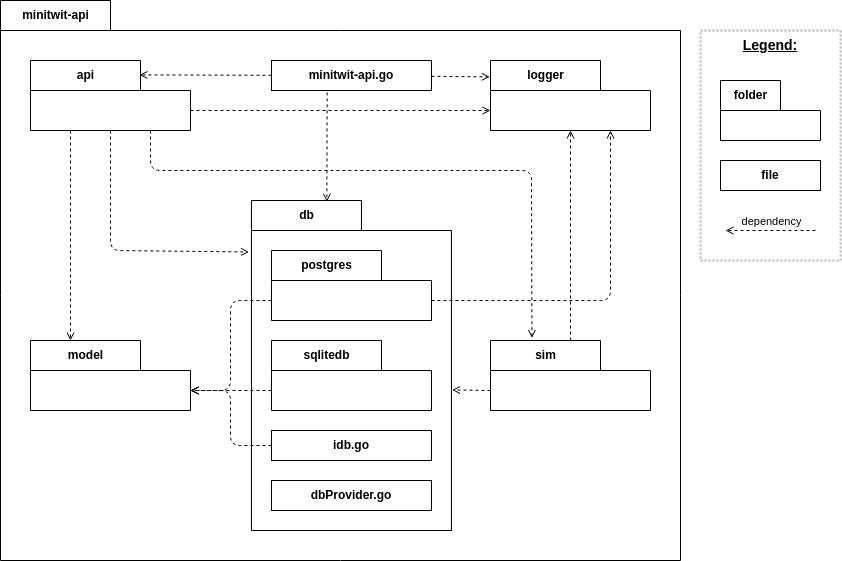
Earlier version of the draw.io export report/diagrams/module-view--minitwit-api.drawio.png (Eagles-DevOps/MiniTwit). Source tidied: cells renumbered, new cells last; positions are measured from the earlier drawing's top-left corner, leaving out a move shared by most shapes. Source of this version:
```xml
<mxGraphModel>
  <root>
    <mxCell id="0" />
    <mxCell id="1" parent="0" />
    <mxCell id="2" value="minitwit-api" style="shape=folder;fontStyle=1;tabWidth=110;tabHeight=30;tabPosition=left;html=1;boundedLbl=1;labelInHeader=1;" parent="1" vertex="1">
      <mxGeometry width="680" height="560" as="geometry" />
    </mxCell>
    <mxCell id="3" style="html=1;strokeColor=none;fillColor=none;" parent="2" vertex="1">
      <mxGeometry width="680" height="280" relative="1" as="geometry">
        <mxPoint y="30" as="offset" />
      </mxGeometry>
    </mxCell>
    <mxCell id="4" value="db" style="shape=folder;fontStyle=1;tabWidth=110;tabHeight=30;tabPosition=left;html=1;boundedLbl=1;labelInHeader=1;" parent="1" vertex="1">
      <mxGeometry x="251" y="200" width="200" height="330" as="geometry" />
    </mxCell>
    <mxCell id="5" style="html=1;strokeColor=none;fillColor=none;" parent="4" vertex="1">
      <mxGeometry width="200" height="280.5" relative="1" as="geometry">
        <mxPoint y="30" as="offset" />
      </mxGeometry>
    </mxCell>
    <mxCell id="6" value="postgres" style="shape=folder;fontStyle=1;tabWidth=110;tabHeight=30;tabPosition=left;html=1;boundedLbl=1;labelInHeader=1;" parent="1" vertex="1">
      <mxGeometry x="271" y="250" width="160" height="70" as="geometry" />
    </mxCell>
    <mxCell id="7" style="html=1;strokeColor=none;fillColor=none;" parent="6" vertex="1">
      <mxGeometry width="160" height="35" relative="1" as="geometry">
        <mxPoint y="30" as="offset" />
      </mxGeometry>
    </mxCell>
    <mxCell id="8" value="sqlitedb" style="shape=folder;fontStyle=1;tabWidth=110;tabHeight=30;tabPosition=left;html=1;boundedLbl=1;labelInHeader=1;" parent="1" vertex="1">
      <mxGeometry x="271" y="340" width="160" height="70" as="geometry" />
    </mxCell>
    <mxCell id="9" style="html=1;strokeColor=none;fillColor=none;" parent="8" vertex="1">
      <mxGeometry width="160" height="35" relative="1" as="geometry">
        <mxPoint y="30" as="offset" />
      </mxGeometry>
    </mxCell>
    <mxCell id="10" style="endArrow=open;html=1;dashed=1;endFill=0;entryX=0.75;entryY=1;entryDx=0;entryDy=0;entryPerimeter=0;exitX=0;exitY=0;exitDx=160;exitDy=50;exitPerimeter=0;" parent="1" edge="1" source="6" target="11">
      <mxGeometry relative="1" as="geometry">
        <Array as="points">
          <mxPoint x="610" y="300" />
        </Array>
      </mxGeometry>
    </mxCell>
    <mxCell id="11" value="logger" style="shape=folder;fontStyle=1;tabWidth=110;tabHeight=30;tabPosition=left;html=1;boundedLbl=1;labelInHeader=1;" parent="1" vertex="1">
      <mxGeometry x="490" y="60" width="160" height="70" as="geometry" />
    </mxCell>
    <mxCell id="12" style="html=1;strokeColor=none;fillColor=none;" parent="11" vertex="1">
      <mxGeometry width="160" height="35" relative="1" as="geometry">
        <mxPoint y="30" as="offset" />
      </mxGeometry>
    </mxCell>
    <mxCell id="13" value="model" style="shape=folder;fontStyle=1;tabWidth=110;tabHeight=30;tabPosition=left;html=1;boundedLbl=1;labelInHeader=1;" parent="1" vertex="1">
      <mxGeometry x="30" y="340" width="160" height="70" as="geometry" />
    </mxCell>
    <mxCell id="14" style="html=1;strokeColor=none;fillColor=none;" parent="13" vertex="1">
      <mxGeometry width="160" height="35" relative="1" as="geometry">
        <mxPoint y="30" as="offset" />
      </mxGeometry>
    </mxCell>
    <mxCell id="15" style="endArrow=open;html=1;dashed=1;endFill=0;entryX=0;entryY=0;entryDx=160;entryDy=50;entryPerimeter=0;exitX=0;exitY=0;exitDx=0;exitDy=50;exitPerimeter=0;" parent="1" edge="1" source="6" target="13">
      <mxGeometry relative="1" as="geometry">
        <Array as="points">
          <mxPoint x="230" y="300" />
          <mxPoint x="230" y="390" />
        </Array>
      </mxGeometry>
    </mxCell>
    <mxCell id="16" value="api" style="shape=folder;fontStyle=1;tabWidth=110;tabHeight=30;tabPosition=left;html=1;boundedLbl=1;labelInHeader=1;" parent="1" vertex="1">
      <mxGeometry x="30" y="60" width="160" height="70" as="geometry" />
    </mxCell>
    <mxCell id="17" style="html=1;strokeColor=none;fillColor=none;" parent="16" vertex="1">
      <mxGeometry width="160" height="35" relative="1" as="geometry">
        <mxPoint y="30" as="offset" />
      </mxGeometry>
    </mxCell>
    <mxCell id="18" style="endArrow=open;html=1;dashed=1;endFill=0;entryX=0;entryY=0;entryDx=0;entryDy=50;entryPerimeter=0;exitX=0;exitY=0;exitDx=160;exitDy=50;exitPerimeter=0;" parent="1" edge="1" source="16" target="11">
      <mxGeometry relative="1" as="geometry" />
    </mxCell>
    <mxCell id="19" value="sim" style="shape=folder;fontStyle=1;tabWidth=110;tabHeight=30;tabPosition=left;html=1;boundedLbl=1;labelInHeader=1;" parent="1" vertex="1">
      <mxGeometry x="490" y="340" width="160" height="70" as="geometry" />
    </mxCell>
    <mxCell id="20" style="html=1;strokeColor=none;fillColor=none;" parent="19" vertex="1">
      <mxGeometry width="160" height="35" relative="1" as="geometry">
        <mxPoint y="30" as="offset" />
      </mxGeometry>
    </mxCell>
    <mxCell id="21" style="endArrow=open;html=1;dashed=1;endFill=0;entryX=-0.012;entryY=0.156;entryDx=0;entryDy=0;entryPerimeter=0;" parent="1" edge="1" source="16" target="4">
      <mxGeometry relative="1" as="geometry">
        <Array as="points">
          <mxPoint x="110" y="250" />
        </Array>
      </mxGeometry>
    </mxCell>
    <mxCell id="22" style="endArrow=open;html=1;dashed=1;endFill=0;exitX=0.75;exitY=1;exitDx=0;exitDy=0;exitPerimeter=0;entryX=0.259;entryY=-0.036;entryDx=0;entryDy=0;entryPerimeter=0;" parent="1" edge="1" source="16" target="19">
      <mxGeometry relative="1" as="geometry">
        <Array as="points">
          <mxPoint x="150" y="170" />
          <mxPoint x="531" y="170" />
        </Array>
      </mxGeometry>
    </mxCell>
    <mxCell id="23" style="endArrow=open;html=1;dashed=1;endFill=0;exitX=0.25;exitY=1;exitDx=0;exitDy=0;exitPerimeter=0;entryX=0.25;entryY=0;entryDx=0;entryDy=0;entryPerimeter=0;" parent="1" edge="1" source="16" target="13">
      <mxGeometry relative="1" as="geometry" />
    </mxCell>
    <mxCell id="24" value="idb.go" style="rounded=0;whiteSpace=wrap;html=1;fontStyle=1;" parent="1" vertex="1">
      <mxGeometry x="271" y="430" width="160" height="30" as="geometry" />
    </mxCell>
    <mxCell id="25" value="dbProvider.go" style="rounded=0;whiteSpace=wrap;html=1;fontStyle=1;" parent="1" vertex="1">
      <mxGeometry x="271" y="480" width="160" height="30" as="geometry" />
    </mxCell>
    <mxCell id="26" style="endArrow=open;html=1;dashed=1;endFill=0;exitX=0;exitY=0;exitDx=0;exitDy=50;exitPerimeter=0;entryX=0;entryY=0;entryDx=160;entryDy=50;entryPerimeter=0;" parent="1" edge="1" source="8" target="13">
      <mxGeometry relative="1" as="geometry" />
    </mxCell>
    <mxCell id="27" style="endArrow=open;html=1;dashed=1;endFill=0;entryX=0;entryY=0;entryDx=160;entryDy=50;entryPerimeter=0;" parent="1" edge="1" source="24" target="13">
      <mxGeometry relative="1" as="geometry">
        <Array as="points">
          <mxPoint x="230" y="445" />
          <mxPoint x="230" y="390" />
        </Array>
      </mxGeometry>
    </mxCell>
    <mxCell id="28" value="minitwit-api.go" style="rounded=0;whiteSpace=wrap;html=1;fontStyle=1;" parent="1" vertex="1">
      <mxGeometry x="271" y="60" width="160" height="30" as="geometry" />
    </mxCell>
    <mxCell id="29" style="endArrow=open;html=1;dashed=1;endFill=0;exitX=0;exitY=0;exitDx=0;exitDy=50;exitPerimeter=0;entryX=1.003;entryY=0.574;entryDx=0;entryDy=0;entryPerimeter=0;" parent="1" edge="1" source="19" target="4">
      <mxGeometry relative="1" as="geometry" />
    </mxCell>
    <mxCell id="30" style="endArrow=open;html=1;dashed=1;endFill=0;" parent="1" edge="1" source="19" target="11">
      <mxGeometry relative="1" as="geometry" />
    </mxCell>
    <mxCell id="31" style="endArrow=open;html=1;dashed=1;endFill=0;entryX=0.681;entryY=0.206;entryDx=0;entryDy=0;entryPerimeter=0;" parent="1" edge="1" source="28" target="16">
      <mxGeometry relative="1" as="geometry" />
    </mxCell>
    <mxCell id="32" style="endArrow=open;html=1;dashed=1;endFill=0;entryX=0.377;entryY=0.004;entryDx=0;entryDy=0;entryPerimeter=0;exitX=0.348;exitY=1.062;exitDx=0;exitDy=0;exitPerimeter=0;" parent="1" edge="1" source="28" target="4">
      <mxGeometry relative="1" as="geometry" />
    </mxCell>
    <mxCell id="33" style="endArrow=open;html=1;dashed=1;endFill=0;entryX=-0.004;entryY=0.234;entryDx=0;entryDy=0;entryPerimeter=0;" parent="1" edge="1" source="28" target="11">
      <mxGeometry relative="1" as="geometry" />
    </mxCell>
    <mxCell id="34" style="group;" parent="1" vertex="1">
      <mxGeometry x="700" y="30" width="140" height="230" as="geometry" />
    </mxCell>
    <mxCell id="35" style="rounded=0;whiteSpace=wrap;html=1;dashed=1;dashPattern=1 1;strokeWidth=2;strokeColor=#B3B3B3;" parent="34" vertex="1">
      <mxGeometry width="140" height="230" as="geometry" />
    </mxCell>
    <mxCell id="36" value="folder" style="shape=folder;fontStyle=1;tabWidth=60;tabHeight=30;tabPosition=left;html=1;boundedLbl=1;labelInHeader=1;" parent="34" vertex="1">
      <mxGeometry x="20" y="50" width="100" height="60" as="geometry" />
    </mxCell>
    <mxCell id="37" style="html=1;strokeColor=none;fillColor=none;" parent="36" vertex="1">
      <mxGeometry width="100" height="42" relative="1" as="geometry">
        <mxPoint y="30" as="offset" />
      </mxGeometry>
    </mxCell>
    <mxCell id="38" value="file" style="rounded=0;whiteSpace=wrap;html=1;fontStyle=1;" parent="34" vertex="1">
      <mxGeometry x="20" y="130" width="100" height="30" as="geometry" />
    </mxCell>
    <mxCell id="39" value="Legend:" style="text;html=1;strokeColor=none;fillColor=none;align=center;verticalAlign=middle;whiteSpace=wrap;rounded=0;fontSize=14;fontStyle=5;" parent="34" vertex="1">
      <mxGeometry x="40" width="60" height="30" as="geometry" />
    </mxCell>
    <mxCell id="40" style="endArrow=open;html=1;dashed=1;endFill=0;" parent="34" edge="1">
      <mxGeometry relative="1" as="geometry">
        <mxPoint x="115" y="200" as="sourcePoint" />
        <mxPoint x="25" y="200" as="targetPoint" />
      </mxGeometry>
    </mxCell>
    <mxCell id="41" value="dependency" style="edgeLabel;html=1;align=center;verticalAlign=middle;" parent="40" vertex="1">
      <mxGeometry x="0.32" y="1" relative="1" as="geometry">
        <mxPoint x="15" y="-11" as="offset" />
      </mxGeometry>
    </mxCell>
  </root>
</mxGraphModel>
```
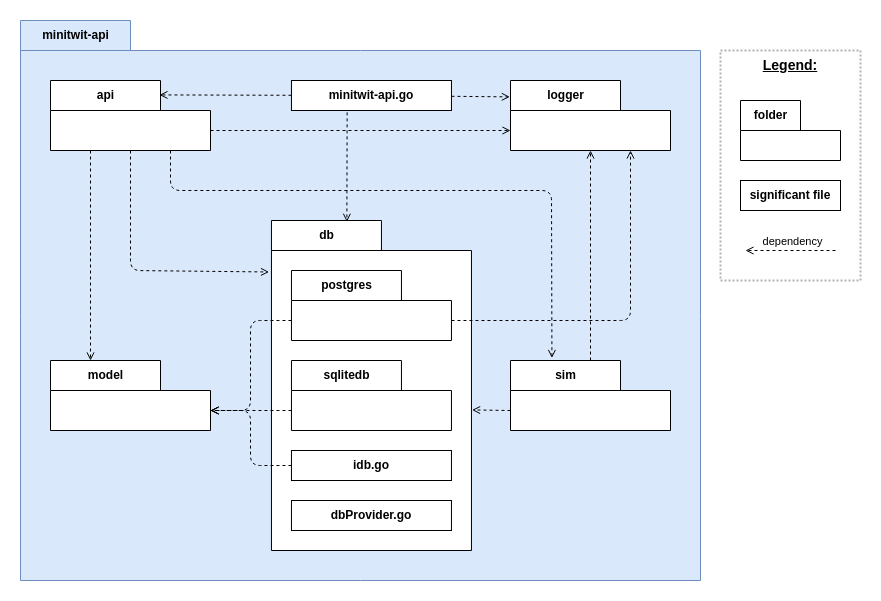
After the change.

Change to the diagram source:
```diff
@@ -2,38 +2,41 @@
   <root>
     <mxCell id="0" />
     <mxCell id="1" parent="0" />
+    <mxCell id="42" style="rounded=0;whiteSpace=wrap;html=1;strokeColor=none;" parent="1" vertex="1">
+      <mxGeometry x="-20" y="-20" width="880" height="600" as="geometry" />
+    </mxCell>
-    <mxCell id="2" value="minitwit-api" style="shape=folder;fontStyle=1;tabWidth=110;tabHeight=30;tabPosition=left;html=1;boundedLbl=1;labelInHeader=1;" parent="1" vertex="1">
+    <mxCell id="2" value="minitwit-api" style="shape=folder;fontStyle=1;tabWidth=110;tabHeight=30;tabPosition=left;html=1;boundedLbl=1;labelInHeader=1;fillColor=#dae8fc;strokeColor=#6c8ebf;" parent="1" vertex="1">
       <mxGeometry width="680" height="560" as="geometry" />
     </mxCell>
-    <mxCell id="3" style="html=1;strokeColor=none;fillColor=none;" parent="2" vertex="1">
-      <mxGeometry width="680" height="280" relative="1" as="geometry">
-        <mxPoint y="30" as="offset" />
-      </mxGeometry>
-    </mxCell>
+    <mxCell id="43" style="html=1;strokeColor=none;fillColor=none;" parent="2" vertex="1">
+      <mxGeometry width="680" height="280" relative="1" as="geometry">
+        <mxPoint y="30" as="offset" />
+      </mxGeometry>
+    </mxCell>
     <mxCell id="4" value="db" style="shape=folder;fontStyle=1;tabWidth=110;tabHeight=30;tabPosition=left;html=1;boundedLbl=1;labelInHeader=1;" parent="1" vertex="1">
       <mxGeometry x="251" y="200" width="200" height="330" as="geometry" />
     </mxCell>
-    <mxCell id="5" style="html=1;strokeColor=none;fillColor=none;" parent="4" vertex="1">
-      <mxGeometry width="200" height="280.5" relative="1" as="geometry">
-        <mxPoint y="30" as="offset" />
-      </mxGeometry>
-    </mxCell>
+    <mxCell id="44" style="html=1;strokeColor=none;fillColor=none;" parent="4" vertex="1">
+      <mxGeometry width="200" height="280.5" relative="1" as="geometry">
+        <mxPoint y="30" as="offset" />
+      </mxGeometry>
+    </mxCell>
     <mxCell id="6" value="postgres" style="shape=folder;fontStyle=1;tabWidth=110;tabHeight=30;tabPosition=left;html=1;boundedLbl=1;labelInHeader=1;" parent="1" vertex="1">
       <mxGeometry x="271" y="250" width="160" height="70" as="geometry" />
     </mxCell>
-    <mxCell id="7" style="html=1;strokeColor=none;fillColor=none;" parent="6" vertex="1">
-      <mxGeometry width="160" height="35" relative="1" as="geometry">
-        <mxPoint y="30" as="offset" />
-      </mxGeometry>
-    </mxCell>
+    <mxCell id="45" style="html=1;strokeColor=none;fillColor=none;" parent="6" vertex="1">
+      <mxGeometry width="160" height="35" relative="1" as="geometry">
+        <mxPoint y="30" as="offset" />
+      </mxGeometry>
+    </mxCell>
     <mxCell id="8" value="sqlitedb" style="shape=folder;fontStyle=1;tabWidth=110;tabHeight=30;tabPosition=left;html=1;boundedLbl=1;labelInHeader=1;" parent="1" vertex="1">
       <mxGeometry x="271" y="340" width="160" height="70" as="geometry" />
     </mxCell>
-    <mxCell id="9" style="html=1;strokeColor=none;fillColor=none;" parent="8" vertex="1">
-      <mxGeometry width="160" height="35" relative="1" as="geometry">
-        <mxPoint y="30" as="offset" />
-      </mxGeometry>
-    </mxCell>
+    <mxCell id="46" style="html=1;strokeColor=none;fillColor=none;" parent="8" vertex="1">
+      <mxGeometry width="160" height="35" relative="1" as="geometry">
+        <mxPoint y="30" as="offset" />
+      </mxGeometry>
+    </mxCell>
     <mxCell id="10" style="endArrow=open;html=1;dashed=1;endFill=0;entryX=0.75;entryY=1;entryDx=0;entryDy=0;entryPerimeter=0;exitX=0;exitY=0;exitDx=160;exitDy=50;exitPerimeter=0;" parent="1" edge="1" source="6" target="11">
       <mxGeometry relative="1" as="geometry">
         <Array as="points">
@@ -44,19 +47,19 @@
     <mxCell id="11" value="logger" style="shape=folder;fontStyle=1;tabWidth=110;tabHeight=30;tabPosition=left;html=1;boundedLbl=1;labelInHeader=1;" parent="1" vertex="1">
       <mxGeometry x="490" y="60" width="160" height="70" as="geometry" />
     </mxCell>
-    <mxCell id="12" style="html=1;strokeColor=none;fillColor=none;" parent="11" vertex="1">
-      <mxGeometry width="160" height="35" relative="1" as="geometry">
-        <mxPoint y="30" as="offset" />
-      </mxGeometry>
-    </mxCell>
+    <mxCell id="47" style="html=1;strokeColor=none;fillColor=none;" parent="11" vertex="1">
+      <mxGeometry width="160" height="35" relative="1" as="geometry">
+        <mxPoint y="30" as="offset" />
+      </mxGeometry>
+    </mxCell>
     <mxCell id="13" value="model" style="shape=folder;fontStyle=1;tabWidth=110;tabHeight=30;tabPosition=left;html=1;boundedLbl=1;labelInHeader=1;" parent="1" vertex="1">
       <mxGeometry x="30" y="340" width="160" height="70" as="geometry" />
     </mxCell>
-    <mxCell id="14" style="html=1;strokeColor=none;fillColor=none;" parent="13" vertex="1">
-      <mxGeometry width="160" height="35" relative="1" as="geometry">
-        <mxPoint y="30" as="offset" />
-      </mxGeometry>
-    </mxCell>
+    <mxCell id="48" style="html=1;strokeColor=none;fillColor=none;" parent="13" vertex="1">
+      <mxGeometry width="160" height="35" relative="1" as="geometry">
+        <mxPoint y="30" as="offset" />
+      </mxGeometry>
+    </mxCell>
     <mxCell id="15" style="endArrow=open;html=1;dashed=1;endFill=0;entryX=0;entryY=0;entryDx=160;entryDy=50;entryPerimeter=0;exitX=0;exitY=0;exitDx=0;exitDy=50;exitPerimeter=0;" parent="1" edge="1" source="6" target="13">
       <mxGeometry relative="1" as="geometry">
         <Array as="points">
@@ -68,22 +71,22 @@
     <mxCell id="16" value="api" style="shape=folder;fontStyle=1;tabWidth=110;tabHeight=30;tabPosition=left;html=1;boundedLbl=1;labelInHeader=1;" parent="1" vertex="1">
       <mxGeometry x="30" y="60" width="160" height="70" as="geometry" />
     </mxCell>
-    <mxCell id="17" style="html=1;strokeColor=none;fillColor=none;" parent="16" vertex="1">
-      <mxGeometry width="160" height="35" relative="1" as="geometry">
-        <mxPoint y="30" as="offset" />
-      </mxGeometry>
-    </mxCell>
+    <mxCell id="49" style="html=1;strokeColor=none;fillColor=none;" parent="16" vertex="1">
+      <mxGeometry width="160" height="35" relative="1" as="geometry">
+        <mxPoint y="30" as="offset" />
+      </mxGeometry>
+    </mxCell>
     <mxCell id="18" style="endArrow=open;html=1;dashed=1;endFill=0;entryX=0;entryY=0;entryDx=0;entryDy=50;entryPerimeter=0;exitX=0;exitY=0;exitDx=160;exitDy=50;exitPerimeter=0;" parent="1" edge="1" source="16" target="11">
       <mxGeometry relative="1" as="geometry" />
     </mxCell>
     <mxCell id="19" value="sim" style="shape=folder;fontStyle=1;tabWidth=110;tabHeight=30;tabPosition=left;html=1;boundedLbl=1;labelInHeader=1;" parent="1" vertex="1">
       <mxGeometry x="490" y="340" width="160" height="70" as="geometry" />
     </mxCell>
-    <mxCell id="20" style="html=1;strokeColor=none;fillColor=none;" parent="19" vertex="1">
-      <mxGeometry width="160" height="35" relative="1" as="geometry">
-        <mxPoint y="30" as="offset" />
-      </mxGeometry>
-    </mxCell>
+    <mxCell id="50" style="html=1;strokeColor=none;fillColor=none;" parent="19" vertex="1">
+      <mxGeometry width="160" height="35" relative="1" as="geometry">
+        <mxPoint y="30" as="offset" />
+      </mxGeometry>
+    </mxCell>
     <mxCell id="21" style="endArrow=open;html=1;dashed=1;endFill=0;entryX=-0.012;entryY=0.156;entryDx=0;entryDy=0;entryPerimeter=0;" parent="1" edge="1" source="16" target="4">
       <mxGeometry relative="1" as="geometry">
         <Array as="points">
@@ -146,24 +149,24 @@
     <mxCell id="36" value="folder" style="shape=folder;fontStyle=1;tabWidth=60;tabHeight=30;tabPosition=left;html=1;boundedLbl=1;labelInHeader=1;" parent="34" vertex="1">
       <mxGeometry x="20" y="50" width="100" height="60" as="geometry" />
     </mxCell>
-    <mxCell id="37" style="html=1;strokeColor=none;fillColor=none;" parent="36" vertex="1">
-      <mxGeometry width="100" height="42" relative="1" as="geometry">
-        <mxPoint y="30" as="offset" />
-      </mxGeometry>
-    </mxCell>
-    <mxCell id="38" value="file" style="rounded=0;whiteSpace=wrap;html=1;fontStyle=1;" parent="34" vertex="1">
-      <mxGeometry x="20" y="130" width="100" height="30" as="geometry" />
-    </mxCell>
+    <mxCell id="51" style="html=1;strokeColor=none;fillColor=none;" parent="36" vertex="1">
+      <mxGeometry width="100" height="42" relative="1" as="geometry">
+        <mxPoint y="30" as="offset" />
+      </mxGeometry>
+    </mxCell>
+    <mxCell id="52" value="significant file" style="rounded=0;whiteSpace=wrap;html=1;fontStyle=1;" parent="34" vertex="1">
+      <mxGeometry x="20" y="130" width="100" height="30" as="geometry" />
+    </mxCell>
     <mxCell id="39" value="Legend:" style="text;html=1;strokeColor=none;fillColor=none;align=center;verticalAlign=middle;whiteSpace=wrap;rounded=0;fontSize=14;fontStyle=5;" parent="34" vertex="1">
       <mxGeometry x="40" width="60" height="30" as="geometry" />
     </mxCell>
-    <mxCell id="40" style="endArrow=open;html=1;dashed=1;endFill=0;" parent="34" edge="1">
-      <mxGeometry relative="1" as="geometry">
-        <mxPoint x="115" y="200" as="sourcePoint" />
-        <mxPoint x="25" y="200" as="targetPoint" />
-      </mxGeometry>
-    </mxCell>
+    <mxCell id="53" style="endArrow=open;html=1;dashed=1;endFill=0;" parent="34" edge="1">
+      <mxGeometry relative="1" as="geometry">
+        <mxPoint x="115" y="200" as="sourcePoint" />
+        <mxPoint x="25" y="200" as="targetPoint" />
+      </mxGeometry>
+    </mxCell>
-    <mxCell id="41" value="dependency" style="edgeLabel;html=1;align=center;verticalAlign=middle;" parent="40" vertex="1">
+    <mxCell id="41" value="dependency" style="edgeLabel;html=1;align=center;verticalAlign=middle;" parent="53" vertex="1">
       <mxGeometry x="0.32" y="1" relative="1" as="geometry">
         <mxPoint x="15" y="-11" as="offset" />
       </mxGeometry>
```
